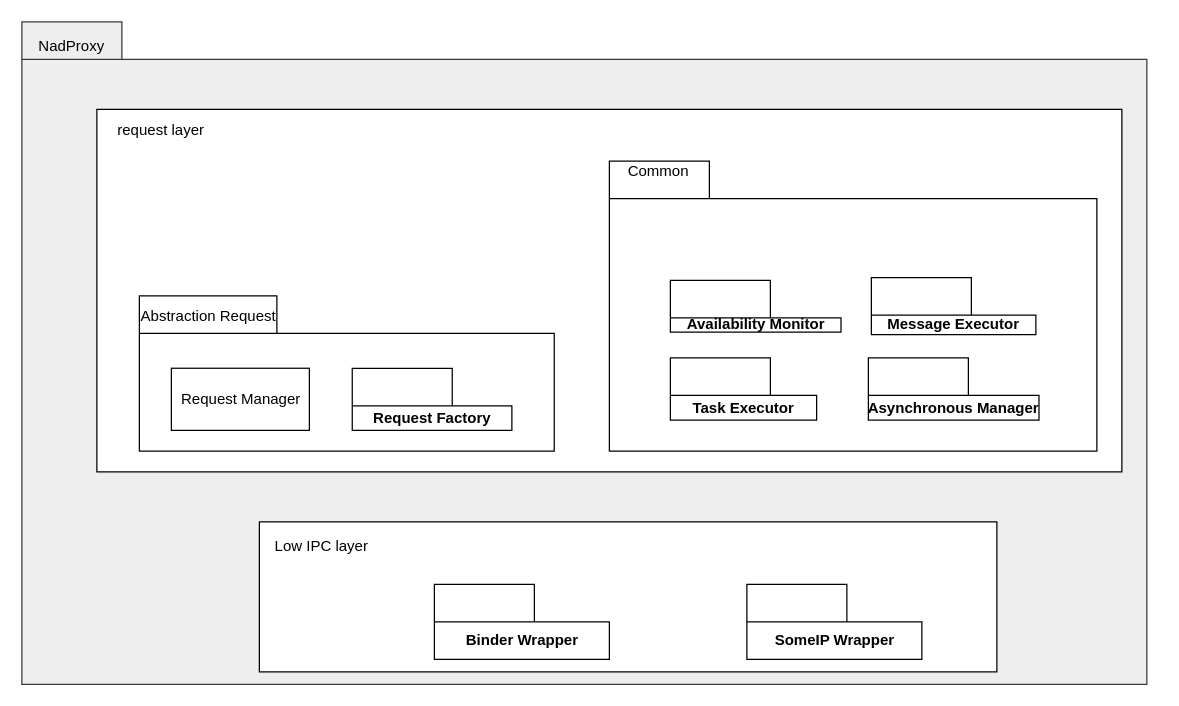
Above: page "Overalnadproxy" (1 of 5) of doc/SA cert/Design/nadproxy.drawio in taikt/codefun (draw.io), before the change. Source tidied: cells renumbered, new cells numbered last; positions are measured from the earlier drawing's top-left corner, leaving out a move shared by most shapes. Both pictures are drawn from the tidied source at 125%, with x=0, y=0 at pixel (21, 21).
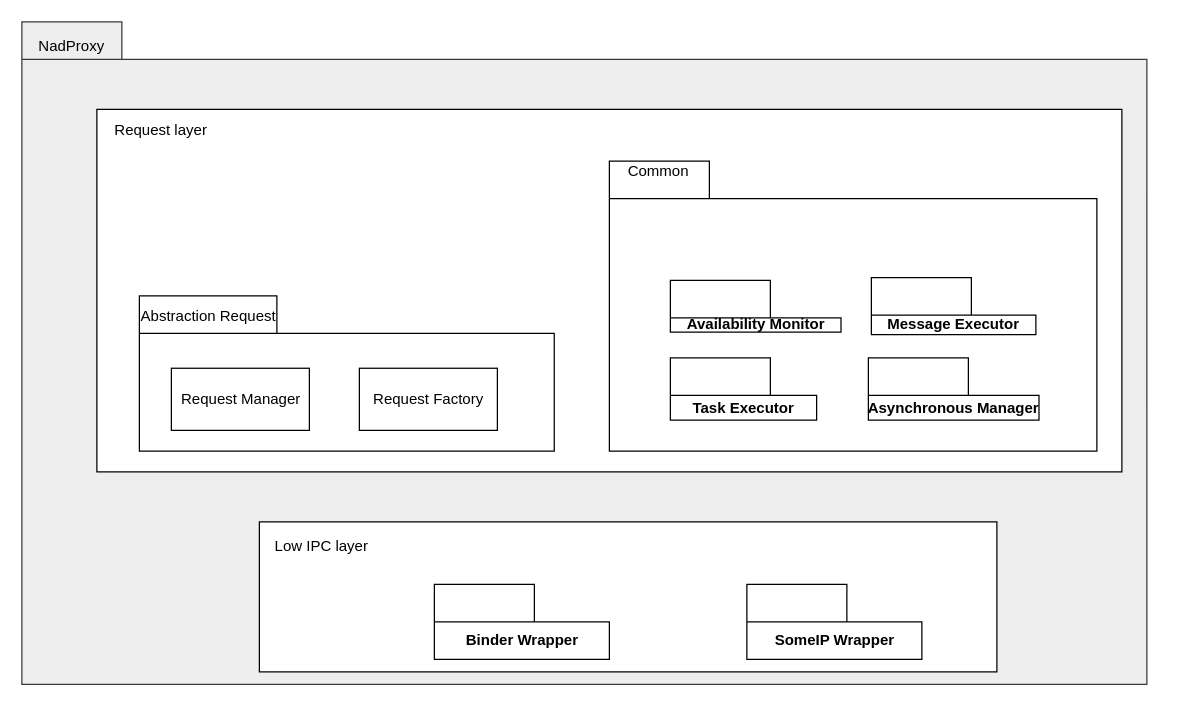
The same diagram, later.

The change refers to these unchanged cells:
```xml
<mxCell id="5" style="group;" parent="1" vertex="1">
  <mxGeometry x="60" y="70" width="820" height="290" as="geometry" />
</mxCell>
```

Diff of the diagram source:
```diff
@@
-    <mxCell id="14" value="request layer" style="text;html=1;strokeColor=none;fillColor=none;align=center;verticalAlign=middle;whiteSpace=wrap;rounded=0;" parent="5" vertex="1">
+    <mxCell id="14" value="Request layer" style="text;html=1;strokeColor=none;fillColor=none;align=center;verticalAlign=middle;whiteSpace=wrap;rounded=0;" parent="5" vertex="1">
       <mxGeometry x="8.5" y="8.3" width="85.1" height="16.6" as="geometry" />
     </mxCell>
@@
-    <mxCell id="18" value="Request Factory" style="shape=folder;fontStyle=1;tabWidth=80;tabHeight=30;tabPosition=left;html=1;boundedLbl=1;" parent="5" vertex="1">
-      <mxGeometry x="204.3" y="207.1" width="127.7" height="49.7" as="geometry" />
+    <mxCell id="18" value="Request Factory" style="html=1;" parent="5" vertex="1">
+      <mxGeometry x="210" y="207.1" width="110.4" height="49.7" as="geometry" />
     </mxCell>
```
